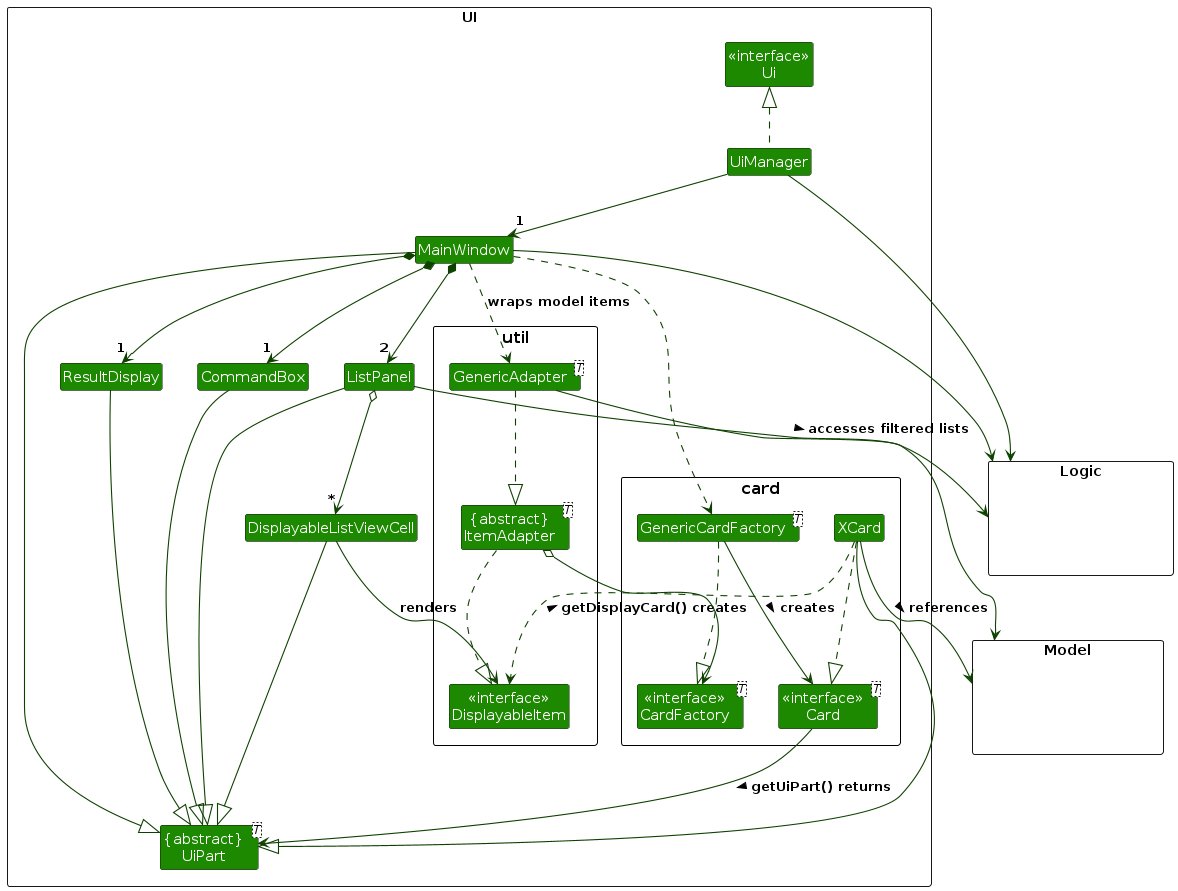
Before: diagrams/UiClassDiagram.png, a diagram exported from PlantUML (AY2425S2-CS2103-F08-4/tp). Its source is kept beside it as diagrams/UiClassDiagram.puml.
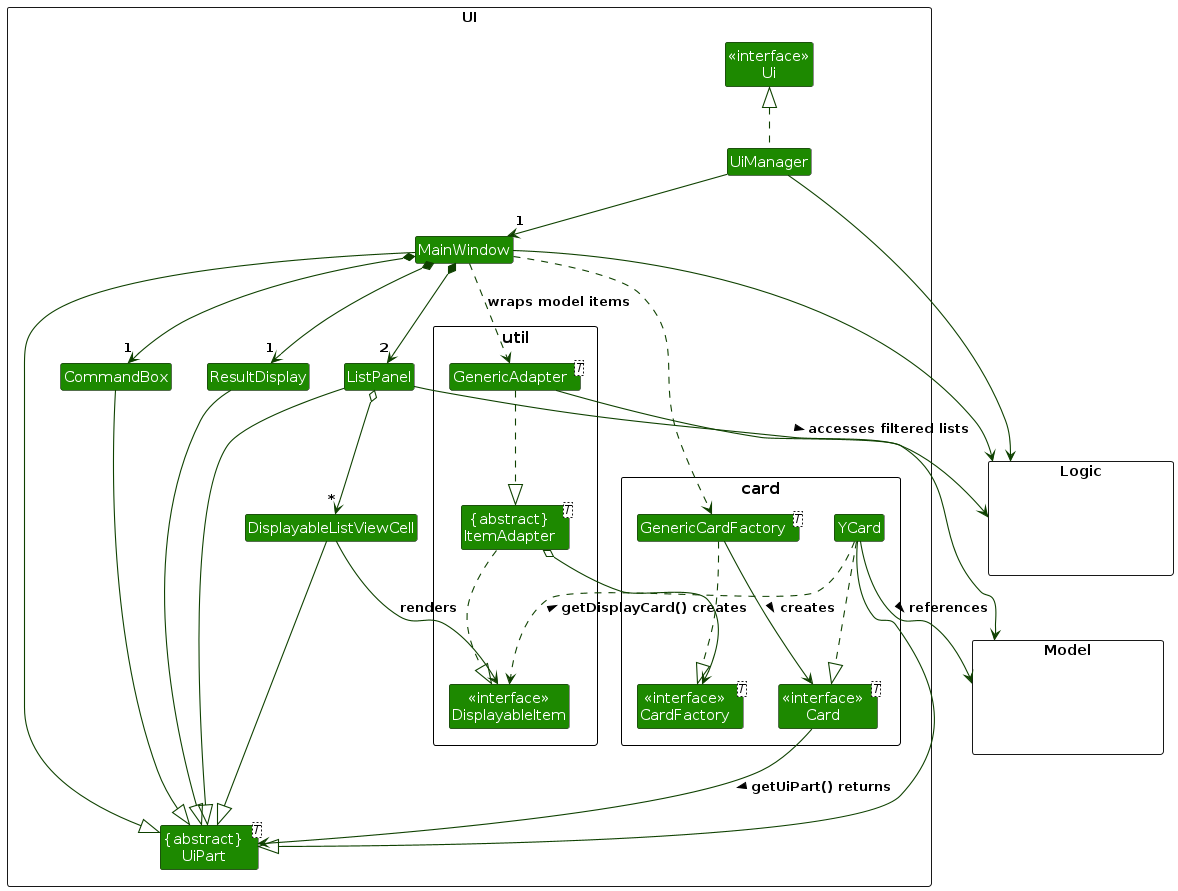
Above is the later version.

What changed in the source:
```diff
@@ -11,8 +11,8 @@
 Class "{abstract}\nUiPart<T>" as UiPart
 Class UiManager
 Class MainWindow
+Class CommandBox
 Class ResultDisplay
-Class CommandBox
 Class ListPanel
 Class DisplayableListViewCell
 
@@ -20,7 +20,7 @@
 Class "<<interface>>\nCard<T>" as Card
 Class "<<interface>>\nCardFactory<T>" as CardFactory
 Class "GenericCardFactory<T>" as GenericCardFactory
-Class XCard
+Class YCard
 }
 
 package "util" as util {
@@ -40,7 +40,7 @@
 
 UiManager .up.|> Ui
 GenericCardFactory ..|> CardFactory
-XCard ..|> Card
+YCard ..|> Card
 GenericAdapter ..|> ItemAdapter
 ItemAdapter ..|> DisplayableItem
 
@@ -48,7 +48,7 @@
 ResultDisplay --|> UiPart
 CommandBox --|> UiPart
 ListPanel --|> UiPart
-XCard --|> UiPart
+YCard --|> UiPart
 DisplayableListViewCell --|> UiPart
 
 MainWindow *--> "1" CommandBox
@@ -58,10 +58,10 @@
 
 UiManager --> "1" MainWindow
 DisplayableListViewCell --> DisplayableItem : renders
-XCard ..> DisplayableItem : < getDisplayCard() creates
+YCard ..> DisplayableItem : < getDisplayCard() creates
 Card --> UiPart : getUiPart() returns >
 GenericCardFactory --> Card : creates >
-XCard --> Model: references >
+YCard --> Model: references >
 GenericAdapter --> Model
 ItemAdapter o--> CardFactory
 
```
